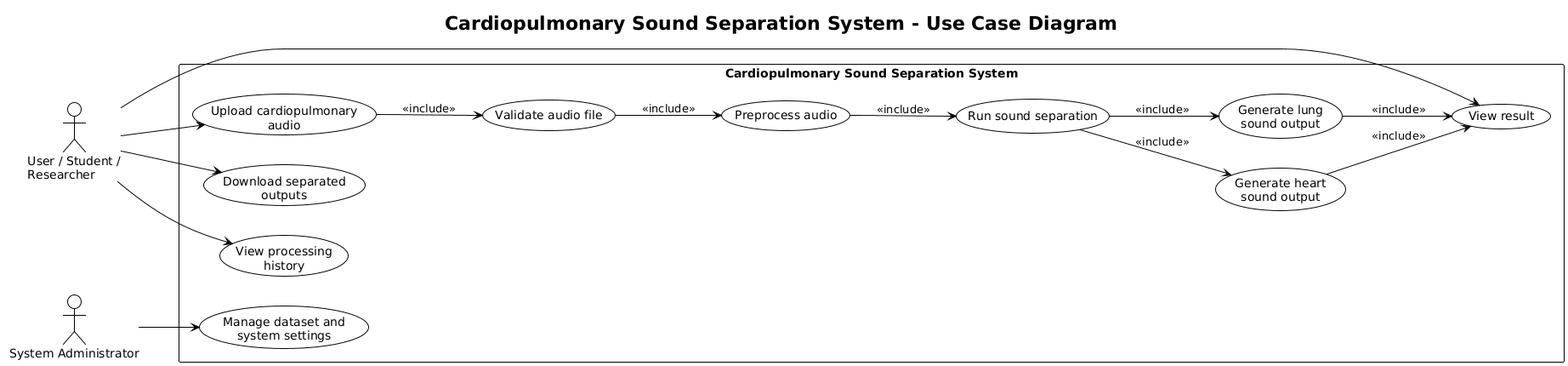
Before: report/quarto/figures/plantuml/use_case_diagram.png, a diagram exported from PlantUML (ASHRAF-2004/fyp-cardiopulmonary-sound-separation-report). The source it was exported from:
```plantuml
@startuml
!theme plain
left to right direction
title Cardiopulmonary Sound Separation System - Use Case Diagram

actor "User / Student /\nResearcher" as User
actor "System Administrator" as Admin

rectangle "Cardiopulmonary Sound Separation System" {
  usecase "Upload cardiopulmonary\naudio" as UC1
  usecase "Validate audio file" as UC2
  usecase "Preprocess audio" as UC3
  usecase "Run sound separation" as UC4
  usecase "Generate heart\nsound output" as UC5
  usecase "Generate lung\nsound output" as UC6
  usecase "View result" as UC7
  usecase "Download separated\noutputs" as UC8
  usecase "View processing\nhistory" as UC9
  usecase "Manage dataset and\nsystem settings" as UC10
}

User --> UC1
User --> UC7
User --> UC8
User --> UC9
Admin --> UC10

UC1 --> UC2 : <<include>>
UC2 --> UC3 : <<include>>
UC3 --> UC4 : <<include>>
UC4 --> UC5 : <<include>>
UC4 --> UC6 : <<include>>
UC5 --> UC7 : <<include>>
UC6 --> UC7 : <<include>>

@enduml
```
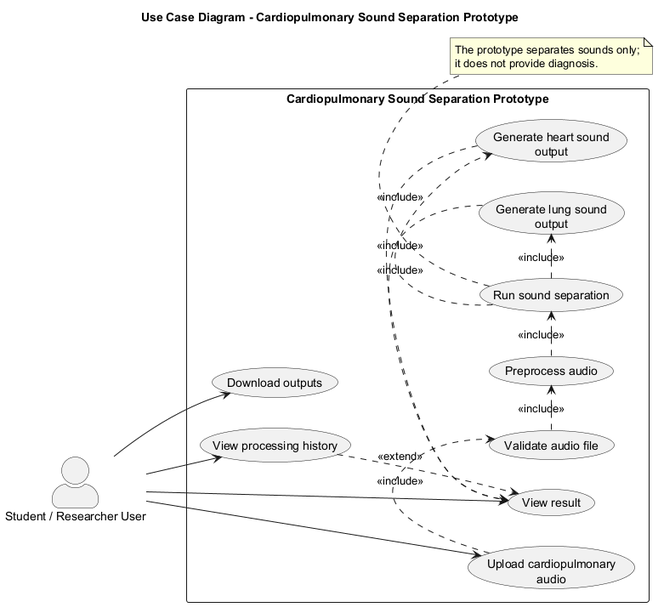
The same diagram one commit later.

The edit, as a diff of the source:
```diff
@@ -1,36 +1,40 @@
 @startuml
-!theme plain
+title Use Case Diagram - Cardiopulmonary Sound Separation Prototype
+
 left to right direction
-title Cardiopulmonary Sound Separation System - Use Case Diagram
+skinparam actorStyle awesome
 
-actor "User / Student /\nResearcher" as User
-actor "System Administrator" as Admin
+actor "Student / Researcher User" as User
 
-rectangle "Cardiopulmonary Sound Separation System" {
+rectangle "Cardiopulmonary Sound Separation Prototype" {
   usecase "Upload cardiopulmonary\naudio" as UC1
   usecase "Validate audio file" as UC2
   usecase "Preprocess audio" as UC3
   usecase "Run sound separation" as UC4
-  usecase "Generate heart\nsound output" as UC5
-  usecase "Generate lung\nsound output" as UC6
+  usecase "Generate heart sound\noutput" as UC5
+  usecase "Generate lung sound\noutput" as UC6
   usecase "View result" as UC7
-  usecase "Download separated\noutputs" as UC8
-  usecase "View processing\nhistory" as UC9
-  usecase "Manage dataset and\nsystem settings" as UC10
+  usecase "Download outputs" as UC8
+  usecase "View processing history" as UC9
 }
 
 User --> UC1
 User --> UC7
 User --> UC8
 User --> UC9
-Admin --> UC10
 
-UC1 --> UC2 : <<include>>
-UC2 --> UC3 : <<include>>
-UC3 --> UC4 : <<include>>
-UC4 --> UC5 : <<include>>
-UC4 --> UC6 : <<include>>
-UC5 --> UC7 : <<include>>
-UC6 --> UC7 : <<include>>
+UC1 .> UC2 : <<include>>
+UC2 .> UC3 : <<include>>
+UC3 .> UC4 : <<include>>
+UC4 .> UC5 : <<include>>
+UC4 .> UC6 : <<include>>
+UC5 .> UC7 : <<include>>
+UC6 .> UC7 : <<include>>
+UC9 ..> UC7 : <<extend>>
+
+note bottom of UC4
+The prototype separates sounds only;
+it does not provide diagnosis.
+end note
 
 @enduml
```
